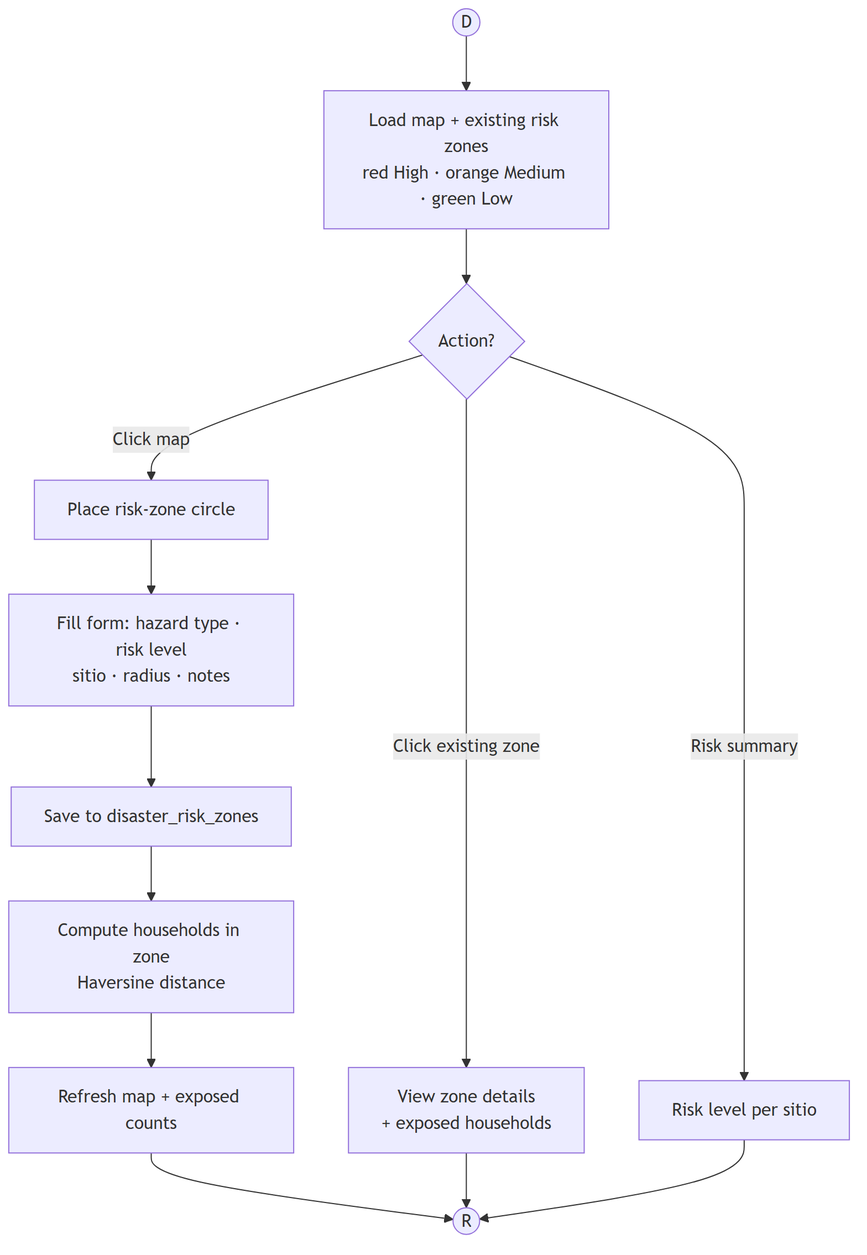
This is diagrams/modules/disaster_vulnerability.png from KellyEspera/protect, a Mermaid export, as it was before one commit. Its source is kept beside it as diagrams/modules/disaster_vulnerability.mmd.
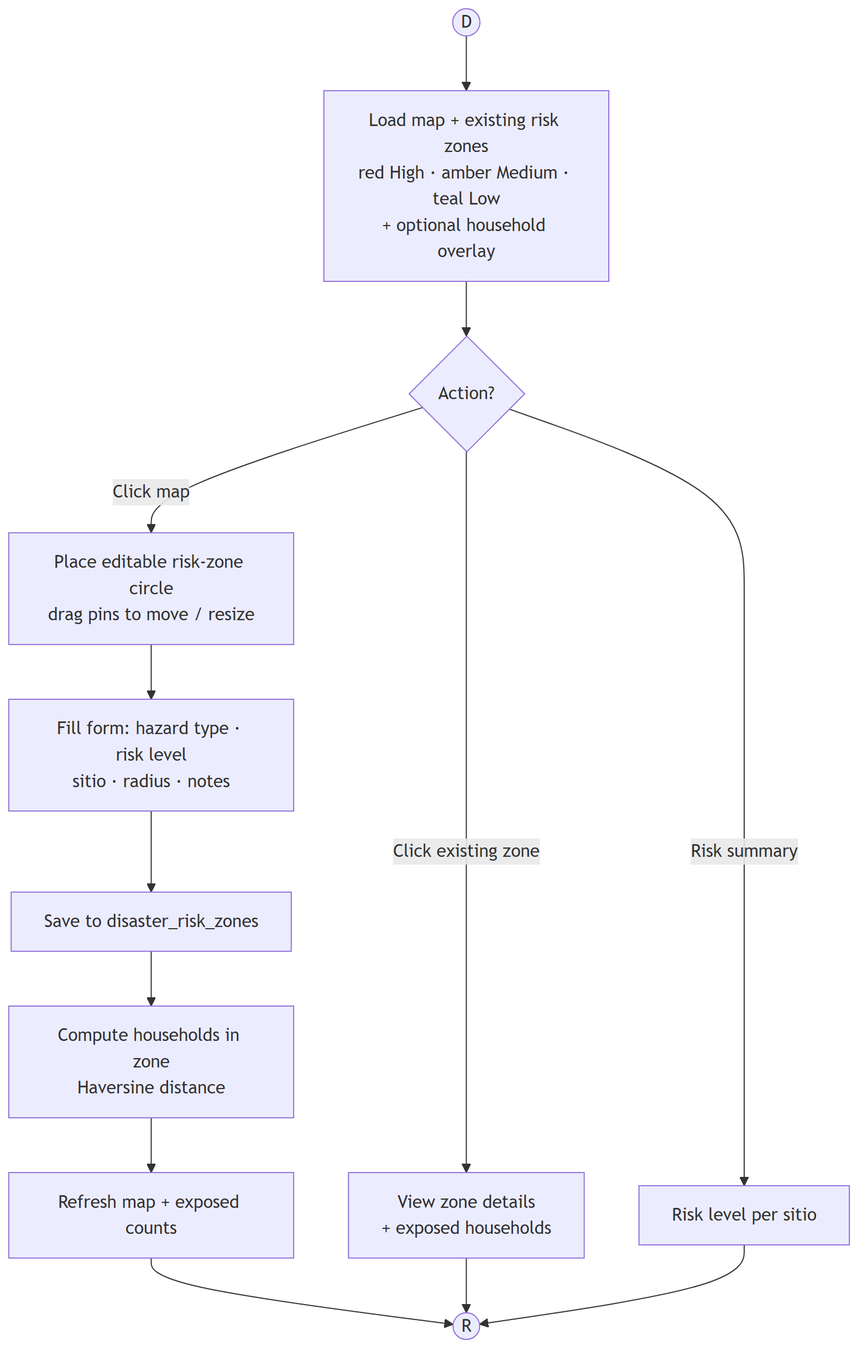
The same diagram one commit later.

Commit message:
Sub-flowcharts: fix stale QR (hashed, no PII) + disaster colors/overlay

What changed in the source:
```diff
@@ -1,8 +1,8 @@
 flowchart TD
-    D((D)) --> Load[Load map + existing risk zones<br/>red High · orange Medium · green Low]
+    D((D)) --> Load[Load map + existing risk zones<br/>red High · amber Medium · teal Low<br/>+ optional household overlay]
     Load --> Act{Action?}
 
-    Act -- Click map --> Place[Place risk-zone circle]
+    Act -- Click map --> Place[Place editable risk-zone circle<br/>drag pins to move / resize]
     Place --> Form[Fill form: hazard type · risk level<br/>sitio · radius · notes]
     Form --> Save[Save to disaster_risk_zones]
     Save --> Calc[Compute households in zone<br/>Haversine distance]
```
